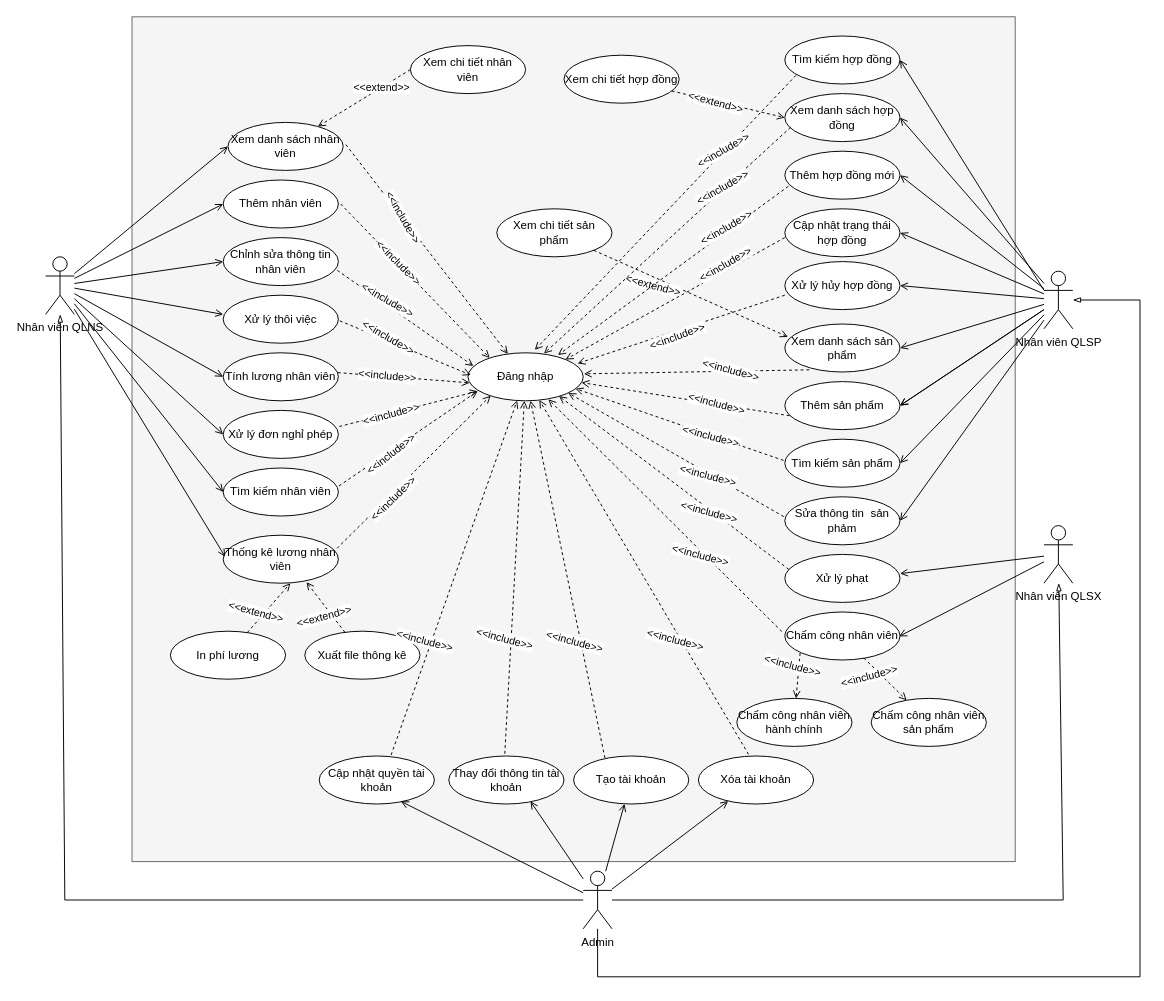
This is UseCase.drawio from TomTom2k/-management-of-a-ceramic-processing-company, a draw.io file, before an edit. Source tidied: cells renumbered, new cells numbered last; positions are measured from the earlier drawing's top-left corner, leaving out a move shared by most shapes. Both pictures are drawn from the tidied source at 96%, with x=0, y=0 at pixel (45, 16).
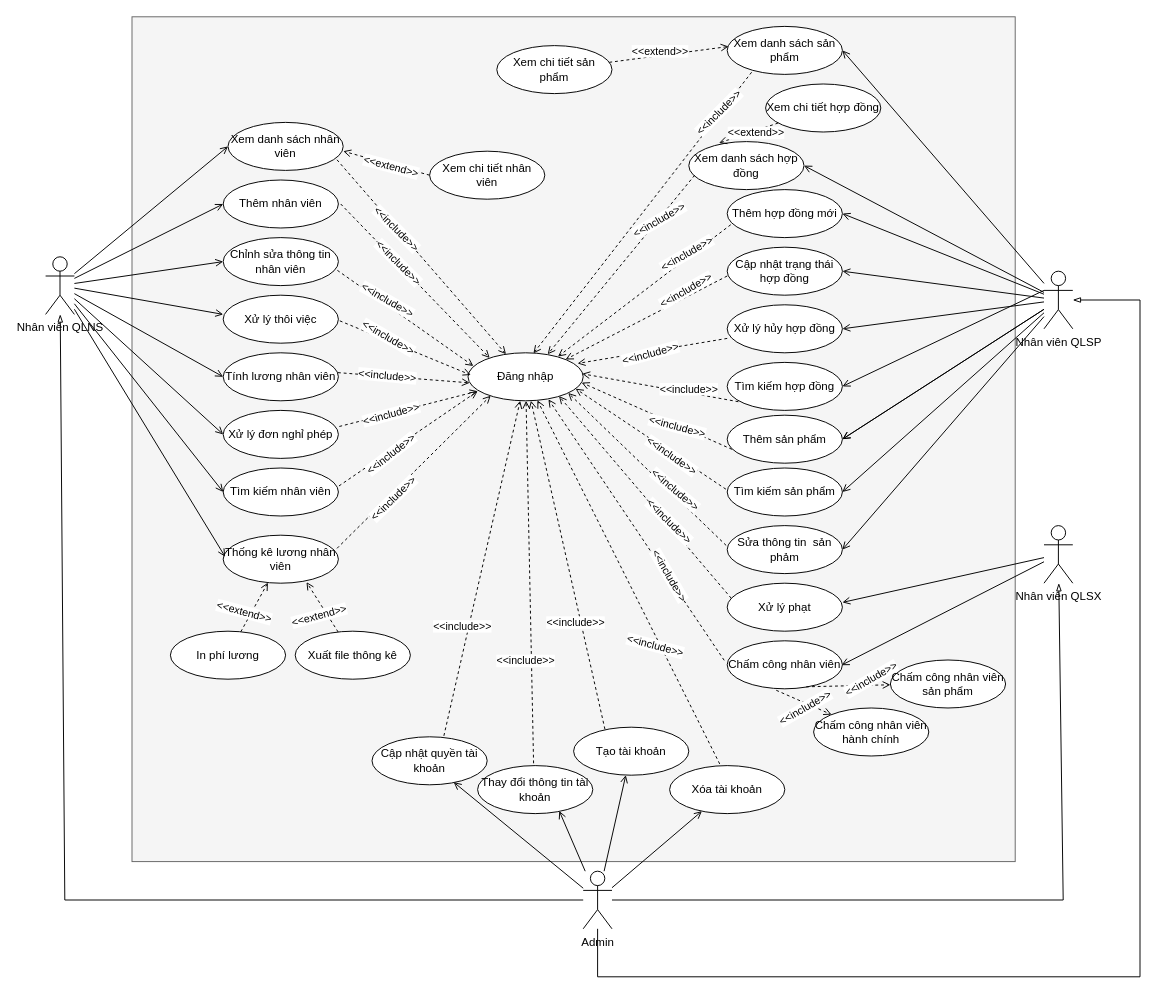
After the change.

Unchanged cells that the change refers to:
```xml
<mxCell id="5" value="Đăng nhập" style="ellipse;whiteSpace=wrap;html=1;" parent="1" vertex="1">
  <mxGeometry x="440" y="350" width="120" height="50" as="geometry" />
</mxCell>
<mxCell id="6" value="Xem danh sách nhân viên" style="ellipse;whiteSpace=wrap;html=1;" parent="1" vertex="1">
  <mxGeometry x="190" y="110" width="120" height="50" as="geometry" />
</mxCell>
<mxCell id="50" style="endArrow=open;html=1;dashed=1;endFill=0;exitX=0.686;exitY=0.958;exitDx=0;exitDy=0;exitPerimeter=0;" parent="1" edge="1" source="47" target="49">
  <mxGeometry relative="1" as="geometry" />
</mxCell>
<mxCell id="55" value="Thống kê lương nhân viên" style="ellipse;whiteSpace=wrap;html=1;" parent="1" vertex="1">
  <mxGeometry x="185" y="540" width="120" height="50" as="geometry" />
</mxCell>
<mxCell id="60" value="In phí lương" style="ellipse;whiteSpace=wrap;html=1;" parent="1" vertex="1">
  <mxGeometry x="130" y="640" width="120" height="50" as="geometry" />
</mxCell>
<mxCell id="79" style="endArrow=open;html=1;dashed=1;endFill=0;exitX=0.624;exitY=-0.02;exitDx=0;exitDy=0;exitPerimeter=0;" parent="1" edge="1" source="77" target="5">
  <mxGeometry relative="1" as="geometry" />
</mxCell>
<mxCell id="81" style="endArrow=open;html=1;dashed=1;endFill=0;exitX=0.486;exitY=-0.048;exitDx=0;exitDy=0;exitPerimeter=0;" parent="1" edge="1" source="75" target="5">
  <mxGeometry relative="1" as="geometry" />
</mxCell>
<mxCell id="83" style="endArrow=open;html=1;dashed=1;endFill=0;exitX=0.272;exitY=0.042;exitDx=0;exitDy=0;exitPerimeter=0;" parent="1" edge="1" source="71" target="5">
  <mxGeometry relative="1" as="geometry" />
</mxCell>
<mxCell id="87" style="endArrow=open;html=1;dashed=1;endFill=0;exitX=-0.026;exitY=0.407;exitDx=0;exitDy=0;exitPerimeter=0;entryX=0.698;entryY=0.969;entryDx=0;entryDy=0;entryPerimeter=0;" parent="1" edge="1" source="47" target="5">
  <mxGeometry relative="1" as="geometry" />
</mxCell>
<mxCell id="89" style="endArrow=open;html=1;dashed=1;endFill=0;exitX=0.035;exitY=0.313;exitDx=0;exitDy=0;exitPerimeter=0;entryX=0.79;entryY=0.902;entryDx=0;entryDy=0;entryPerimeter=0;" parent="1" edge="1" source="63" target="5">
  <mxGeometry relative="1" as="geometry" />
</mxCell>
<mxCell id="91" style="endArrow=open;html=1;dashed=1;endFill=0;entryX=0.87;entryY=0.837;entryDx=0;entryDy=0;entryPerimeter=0;exitX=-0.009;exitY=0.413;exitDx=0;exitDy=0;exitPerimeter=0;" parent="1" edge="1" source="35" target="5">
  <mxGeometry relative="1" as="geometry" />
</mxCell>
<mxCell id="93" style="endArrow=open;html=1;dashed=1;endFill=0;entryX=0.934;entryY=0.748;entryDx=0;entryDy=0;entryPerimeter=0;exitX=-0.011;exitY=0.442;exitDx=0;exitDy=0;exitPerimeter=0;" parent="1" edge="1" source="25" target="5">
  <mxGeometry relative="1" as="geometry" />
</mxCell>
<mxCell id="99" style="endArrow=open;html=1;dashed=1;endFill=0;entryX=0.951;entryY=0.222;entryDx=0;entryDy=0;entryPerimeter=0;exitX=0;exitY=0.7;exitDx=0;exitDy=0;exitPerimeter=0;" parent="1" edge="1" source="30" target="5">
  <mxGeometry relative="1" as="geometry" />
</mxCell>
```

The edit, as a diff of the source:
```diff
@@
-    <mxCell id="8" style="endArrow=open;html=1;exitX=0;exitY=0.5;exitDx=0;exitDy=0;dashed=1;endFill=0;" parent="1" edge="1" source="34" target="6">
+    <mxCell id="8" style="endArrow=open;html=1;exitX=0;exitY=0.5;exitDx=0;exitDy=0;dashed=1;endFill=0;entryX=1;entryY=0.6;entryDx=0;entryDy=0;entryPerimeter=0;" parent="1" edge="1" source="34" target="6">
       <mxGeometry relative="1" as="geometry" />
     </mxCell>
-    <mxCell id="9" value="&amp;lt;&amp;lt;extend&amp;gt;&amp;gt;" style="edgeLabel;html=1;align=center;verticalAlign=middle;" parent="8" vertex="1">
-      <mxGeometry x="-0.36" relative="1" as="geometry" />
+    <mxCell id="9" value="&amp;lt;&amp;lt;extend&amp;gt;&amp;gt;" style="edgeLabel;html=1;align=center;verticalAlign=middle;rotation=15;" parent="8" vertex="1">
+      <mxGeometry x="-0.36" relative="1" as="geometry">
+        <mxPoint x="-11" y="-2" as="offset" />
+      </mxGeometry>
     </mxCell>
@@
     <mxCell id="20" value="Tìm kiếm hợp đồng" style="ellipse;whiteSpace=wrap;html=1;" parent="1" vertex="1">
-      <mxGeometry x="770" y="20" width="120" height="50" as="geometry" />
+      <mxGeometry x="710" y="360" width="120" height="50" as="geometry" />
     </mxCell>
@@
     <mxCell id="25" value="Tìm kiếm sản phẩm" style="ellipse;whiteSpace=wrap;html=1;" parent="1" vertex="1">
-      <mxGeometry x="770" y="440" width="120" height="50" as="geometry" />
+      <mxGeometry x="710" y="470" width="120" height="50" as="geometry" />
     </mxCell>
@@
     <mxCell id="28" value="Cập nhật trạng thái hợp đồng" style="ellipse;whiteSpace=wrap;html=1;" parent="1" vertex="1">
-      <mxGeometry x="770" y="200" width="120" height="50" as="geometry" />
+      <mxGeometry x="710" y="240" width="120" height="50" as="geometry" />
     </mxCell>
@@
     <mxCell id="30" value="Xử lý hủy hợp đồng" style="ellipse;whiteSpace=wrap;html=1;" parent="1" vertex="1">
-      <mxGeometry x="770" y="255" width="120" height="50" as="geometry" />
+      <mxGeometry x="710" y="300" width="120" height="50" as="geometry" />
     </mxCell>
@@
     <mxCell id="32" value="Xem danh sách hợp đồng" style="ellipse;whiteSpace=wrap;html=1;" parent="1" vertex="1">
-      <mxGeometry x="770" y="80" width="120" height="50" as="geometry" />
+      <mxGeometry x="670" y="130" width="120" height="50" as="geometry" />
     </mxCell>
@@
     <mxCell id="34" value="Xem chi tiết nhân viên" style="ellipse;whiteSpace=wrap;html=1;" parent="1" vertex="1">
-      <mxGeometry x="380" y="30" width="120" height="50" as="geometry" />
+      <mxGeometry x="400" y="140" width="120" height="50" as="geometry" />
     </mxCell>
     <mxCell id="35" value="Sửa thông tin&amp;nbsp; sản phảm" style="ellipse;whiteSpace=wrap;html=1;" parent="1" vertex="1">
-      <mxGeometry x="770" y="500" width="120" height="50" as="geometry" />
+      <mxGeometry x="710" y="530" width="120" height="50" as="geometry" />
     </mxCell>
@@
     <mxCell id="38" value="Xem danh sách sản phẩm" style="ellipse;whiteSpace=wrap;html=1;" parent="1" vertex="1">
-      <mxGeometry x="770" y="320" width="120" height="50" as="geometry" />
+      <mxGeometry x="710" y="10" width="120" height="50" as="geometry" />
     </mxCell>
@@
     <mxCell id="41" value="Xem chi tiết sản phẩm" style="ellipse;whiteSpace=wrap;html=1;" parent="1" vertex="1">
-      <mxGeometry x="470" y="200" width="120" height="50" as="geometry" />
+      <mxGeometry x="470" y="30" width="120" height="50" as="geometry" />
     </mxCell>
-    <mxCell id="42" style="endArrow=open;html=1;dashed=1;endFill=0;entryX=0.027;entryY=0.268;entryDx=0;entryDy=0;entryPerimeter=0;" parent="1" edge="1" source="41" target="38">
+    <mxCell id="42" style="endArrow=open;html=1;dashed=1;endFill=0;entryX=0.012;entryY=0.419;entryDx=0;entryDy=0;entryPerimeter=0;" parent="1" edge="1" source="41" target="38">
       <mxGeometry relative="1" as="geometry" />
     </mxCell>
-    <mxCell id="43" value="&amp;lt;&amp;lt;extend&amp;gt;&amp;gt;" style="edgeLabel;html=1;align=center;verticalAlign=middle;rotation=15;" parent="42" vertex="1">
+    <mxCell id="43" value="&amp;lt;&amp;lt;extend&amp;gt;&amp;gt;" style="edgeLabel;html=1;align=center;verticalAlign=middle;rotation=0;" parent="42" vertex="1">
       <mxGeometry x="-0.36" relative="1" as="geometry">
-        <mxPoint x="-3" y="7" as="offset" />
+        <mxPoint x="13" y="-7" as="offset" />
       </mxGeometry>
     </mxCell>
     <mxCell id="44" value="Xem chi tiết hợp đồng" style="ellipse;whiteSpace=wrap;html=1;" parent="1" vertex="1">
-      <mxGeometry x="540" y="40" width="120" height="50" as="geometry" />
+      <mxGeometry x="750" y="70" width="120" height="50" as="geometry" />
     </mxCell>
-    <mxCell id="45" style="endArrow=open;html=1;dashed=1;endFill=0;entryX=0;entryY=0.5;entryDx=0;entryDy=0;" parent="1" edge="1" source="44" target="32">
+    <mxCell id="45" style="endArrow=open;html=1;dashed=1;endFill=0;entryX=0.262;entryY=0.029;entryDx=0;entryDy=0;entryPerimeter=0;" parent="1" edge="1" source="44" target="32">
       <mxGeometry relative="1" as="geometry" />
     </mxCell>
-    <mxCell id="46" value="&amp;lt;&amp;lt;extend&amp;gt;&amp;gt;" style="edgeLabel;html=1;align=center;verticalAlign=middle;rotation=15;" parent="45" vertex="1">
+    <mxCell id="46" value="&amp;lt;&amp;lt;extend&amp;gt;&amp;gt;" style="edgeLabel;html=1;align=center;verticalAlign=middle;rotation=0;" parent="45" vertex="1">
       <mxGeometry x="-0.36" relative="1" as="geometry">
-        <mxPoint x="7" y="2" as="offset" />
+        <mxPoint x="-4" y="3" as="offset" />
       </mxGeometry>
     </mxCell>
     <mxCell id="47" value="Chấm công nhân viên" style="ellipse;whiteSpace=wrap;html=1;" parent="1" vertex="1">
-      <mxGeometry x="770" y="620" width="120" height="50" as="geometry" />
+      <mxGeometry x="710" y="650" width="120" height="50" as="geometry" />
     </mxCell>
     <mxCell id="48" value="Chấm công nhân viên hành chính" style="ellipse;whiteSpace=wrap;html=1;" parent="1" vertex="1">
-      <mxGeometry x="720" y="710" width="120" height="50" as="geometry" />
+      <mxGeometry x="800" y="720" width="120" height="50" as="geometry" />
     </mxCell>
     <mxCell id="49" value="Chấm công nhân viên sản phẩm" style="ellipse;whiteSpace=wrap;html=1;" parent="1" vertex="1">
-      <mxGeometry x="860" y="710" width="120" height="50" as="geometry" />
+      <mxGeometry x="880" y="670" width="120" height="50" as="geometry" />
     </mxCell>
@@
-    <mxCell id="51" value="&amp;lt;&amp;lt;include&amp;gt;&amp;gt;" style="edgeLabel;html=1;align=center;verticalAlign=middle;rotation=-15;" parent="50" vertex="1">
+    <mxCell id="51" value="&amp;lt;&amp;lt;include&amp;gt;&amp;gt;" style="edgeLabel;html=1;align=center;verticalAlign=middle;rotation=-30;" parent="50" vertex="1">
       <mxGeometry x="-0.36" relative="1" as="geometry">
-        <mxPoint x="-9" y="5" as="offset" />
+        <mxPoint x="39" y="-7" as="offset" />
       </mxGeometry>
     </mxCell>
-    <mxCell id="52" style="endArrow=open;html=1;dashed=1;endFill=0;exitX=0.133;exitY=0.855;exitDx=0;exitDy=0;exitPerimeter=0;" parent="1" edge="1" source="47" target="48">
+    <mxCell id="52" style="endArrow=open;html=1;dashed=1;endFill=0;exitX=0.426;exitY=1.031;exitDx=0;exitDy=0;exitPerimeter=0;" parent="1" edge="1" source="47" target="48">
       <mxGeometry relative="1" as="geometry" />
     </mxCell>
-    <mxCell id="53" value="&amp;lt;&amp;lt;include&amp;gt;&amp;gt;" style="edgeLabel;html=1;align=center;verticalAlign=middle;rotation=15;" parent="52" vertex="1">
+    <mxCell id="53" value="&amp;lt;&amp;lt;include&amp;gt;&amp;gt;" style="edgeLabel;html=1;align=center;verticalAlign=middle;rotation=-30;" parent="52" vertex="1">
       <mxGeometry x="-0.36" relative="1" as="geometry">
-        <mxPoint x="-7" y="-2" as="offset" />
+        <mxPoint x="11" y="10" as="offset" />
       </mxGeometry>
     </mxCell>
     <mxCell id="54" value="Thêm hợp đồng mới" style="ellipse;whiteSpace=wrap;html=1;" parent="1" vertex="1">
-      <mxGeometry x="770" y="140" width="120" height="50" as="geometry" />
+      <mxGeometry x="710" y="180" width="120" height="50" as="geometry" />
     </mxCell>
@@
     <mxCell id="57" value="Xuất file thông kê" style="ellipse;whiteSpace=wrap;html=1;" parent="1" vertex="1">
-      <mxGeometry x="270" y="640" width="120" height="50" as="geometry" />
+      <mxGeometry x="260" y="640" width="120" height="50" as="geometry" />
     </mxCell>
@@
-    <mxCell id="61" style="endArrow=open;html=1;dashed=1;endFill=0;entryX=0.583;entryY=1;entryDx=0;entryDy=0;entryPerimeter=0;" parent="1" edge="1" source="60" target="55">
+    <mxCell id="61" style="endArrow=open;html=1;dashed=1;endFill=0;" parent="1" edge="1" source="60" target="55">
       <mxGeometry relative="1" as="geometry" />
     </mxCell>
@@
     <mxCell id="63" value="Xử lý phạt" style="ellipse;whiteSpace=wrap;html=1;" parent="1" vertex="1">
-      <mxGeometry x="770" y="560" width="120" height="50" as="geometry" />
+      <mxGeometry x="710" y="590" width="120" height="50" as="geometry" />
     </mxCell>
@@
     <mxCell id="67" value="Thêm sản phẩm" style="ellipse;whiteSpace=wrap;html=1;" parent="1" vertex="1">
-      <mxGeometry x="770" y="380" width="120" height="50" as="geometry" />
+      <mxGeometry x="710" y="415" width="120" height="50" as="geometry" />
     </mxCell>
@@
     <mxCell id="71" value="Tạo tài khoản" style="ellipse;whiteSpace=wrap;html=1;" parent="1" vertex="1">
-      <mxGeometry x="550" y="770" width="120" height="50" as="geometry" />
+      <mxGeometry x="550" y="740" width="120" height="50" as="geometry" />
     </mxCell>
@@
     <mxCell id="73" value="Xóa tài khoản" style="ellipse;whiteSpace=wrap;html=1;" parent="1" vertex="1">
-      <mxGeometry x="680" y="770" width="120" height="50" as="geometry" />
+      <mxGeometry x="650" y="780" width="120" height="50" as="geometry" />
     </mxCell>
@@
     <mxCell id="75" value="Thay đổi thông tin tài khoản" style="ellipse;whiteSpace=wrap;html=1;" parent="1" vertex="1">
-      <mxGeometry x="420" y="770" width="120" height="50" as="geometry" />
+      <mxGeometry x="450" y="780" width="120" height="50" as="geometry" />
     </mxCell>
@@
     <mxCell id="77" value="Cập nhật quyền tài khoản" style="ellipse;whiteSpace=wrap;html=1;" parent="1" vertex="1">
-      <mxGeometry x="285" y="770" width="120" height="50" as="geometry" />
+      <mxGeometry x="340" y="750" width="120" height="50" as="geometry" />
     </mxCell>
@@
-    <mxCell id="80" value="&amp;lt;&amp;lt;include&amp;gt;&amp;gt;" style="edgeLabel;html=1;align=center;verticalAlign=middle;rotation=15;" parent="79" vertex="1">
+    <mxCell id="80" value="&amp;lt;&amp;lt;include&amp;gt;&amp;gt;" style="edgeLabel;html=1;align=center;verticalAlign=middle;rotation=0;" parent="79" vertex="1">
       <mxGeometry x="-0.36" relative="1" as="geometry">
         <mxPoint x="-7" y="-2" as="offset" />
       </mxGeometry>
     </mxCell>
@@
-    <mxCell id="82" value="&amp;lt;&amp;lt;include&amp;gt;&amp;gt;" style="edgeLabel;html=1;align=center;verticalAlign=middle;rotation=15;" parent="81" vertex="1">
+    <mxCell id="82" value="&amp;lt;&amp;lt;include&amp;gt;&amp;gt;" style="edgeLabel;html=1;align=center;verticalAlign=middle;rotation=0;" parent="81" vertex="1">
       <mxGeometry x="-0.36" relative="1" as="geometry">
-        <mxPoint x="-7" y="-2" as="offset" />
+        <mxPoint x="-6" y="14" as="offset" />
       </mxGeometry>
     </mxCell>
@@
-    <mxCell id="84" value="&amp;lt;&amp;lt;include&amp;gt;&amp;gt;" style="edgeLabel;html=1;align=center;verticalAlign=middle;rotation=15;" parent="83" vertex="1">
+    <mxCell id="84" value="&amp;lt;&amp;lt;include&amp;gt;&amp;gt;" style="edgeLabel;html=1;align=center;verticalAlign=middle;rotation=0;" parent="83" vertex="1">
       <mxGeometry x="-0.36" relative="1" as="geometry">
         <mxPoint x="-7" y="-2" as="offset" />
       </mxGeometry>
     </mxCell>
@@
-    <mxCell id="88" value="&amp;lt;&amp;lt;include&amp;gt;&amp;gt;" style="edgeLabel;html=1;align=center;verticalAlign=middle;rotation=15;" parent="87" vertex="1">
+    <mxCell id="88" value="&amp;lt;&amp;lt;include&amp;gt;&amp;gt;" style="edgeLabel;html=1;align=center;verticalAlign=middle;rotation=60;" parent="87" vertex="1">
       <mxGeometry x="-0.36" relative="1" as="geometry">
-        <mxPoint x="-7" y="-2" as="offset" />
+        <mxPoint x="2" y="-2" as="offset" />
       </mxGeometry>
     </mxCell>
@@
-    <mxCell id="90" value="&amp;lt;&amp;lt;include&amp;gt;&amp;gt;" style="edgeLabel;html=1;align=center;verticalAlign=middle;rotation=15;" parent="89" vertex="1">
+    <mxCell id="90" value="&amp;lt;&amp;lt;include&amp;gt;&amp;gt;" style="edgeLabel;html=1;align=center;verticalAlign=middle;rotation=45;" parent="89" vertex="1">
       <mxGeometry x="-0.36" relative="1" as="geometry">
-        <mxPoint x="-7" y="-2" as="offset" />
+        <mxPoint x="-6" y="-13" as="offset" />
       </mxGeometry>
     </mxCell>
@@
-    <mxCell id="92" value="&amp;lt;&amp;lt;include&amp;gt;&amp;gt;" style="edgeLabel;html=1;align=center;verticalAlign=middle;rotation=15;" parent="91" vertex="1">
+    <mxCell id="92" value="&amp;lt;&amp;lt;include&amp;gt;&amp;gt;" style="edgeLabel;html=1;align=center;verticalAlign=middle;rotation=40;" parent="91" vertex="1">
       <mxGeometry x="-0.36" relative="1" as="geometry">
-        <mxPoint x="-7" y="-2" as="offset" />
+        <mxPoint y="-8" as="offset" />
       </mxGeometry>
     </mxCell>
@@
-    <mxCell id="94" value="&amp;lt;&amp;lt;include&amp;gt;&amp;gt;" style="edgeLabel;html=1;align=center;verticalAlign=middle;rotation=15;" parent="93" vertex="1">
+    <mxCell id="94" value="&amp;lt;&amp;lt;include&amp;gt;&amp;gt;" style="edgeLabel;html=1;align=center;verticalAlign=middle;rotation=35;" parent="93" vertex="1">
       <mxGeometry x="-0.36" relative="1" as="geometry">
         <mxPoint x="-7" y="-2" as="offset" />
       </mxGeometry>
     </mxCell>
@@
-    <mxCell id="97" style="endArrow=open;html=1;dashed=1;endFill=0;entryX=1.006;entryY=0.438;entryDx=0;entryDy=0;entryPerimeter=0;exitX=0.212;exitY=0.955;exitDx=0;exitDy=0;exitPerimeter=0;" parent="1" edge="1" source="38" target="5">
+    <mxCell id="97" style="endArrow=open;html=1;dashed=1;endFill=0;entryX=0.568;entryY=0.011;entryDx=0;entryDy=0;entryPerimeter=0;exitX=0.212;exitY=0.955;exitDx=0;exitDy=0;exitPerimeter=0;" parent="1" edge="1" source="38" target="5">
       <mxGeometry relative="1" as="geometry" />
     </mxCell>
-    <mxCell id="98" value="&amp;lt;&amp;lt;include&amp;gt;&amp;gt;" style="edgeLabel;html=1;align=center;verticalAlign=middle;rotation=15;" parent="97" vertex="1">
+    <mxCell id="98" value="&amp;lt;&amp;lt;include&amp;gt;&amp;gt;" style="edgeLabel;html=1;align=center;verticalAlign=middle;rotation=-45;" parent="97" vertex="1">
       <mxGeometry x="-0.36" relative="1" as="geometry">
-        <mxPoint x="-7" y="-2" as="offset" />
+        <mxPoint x="38" y="-52" as="offset" />
       </mxGeometry>
     </mxCell>
@@
-    <mxCell id="100" value="&amp;lt;&amp;lt;include&amp;gt;&amp;gt;" style="edgeLabel;html=1;align=center;verticalAlign=middle;rotation=-20;" parent="99" vertex="1">
+    <mxCell id="100" value="&amp;lt;&amp;lt;include&amp;gt;&amp;gt;" style="edgeLabel;html=1;align=center;verticalAlign=middle;rotation=-15;" parent="99" vertex="1">
       <mxGeometry x="-0.36" relative="1" as="geometry">
-        <mxPoint x="-43" y="20" as="offset" />
+        <mxPoint x="-30" y="7" as="offset" />
       </mxGeometry>
     </mxCell>
@@
-    <mxCell id="103" style="endArrow=open;html=1;dashed=1;endFill=0;entryX=0.781;entryY=0.047;entryDx=0;entryDy=0;entryPerimeter=0;exitX=0.031;exitY=0.731;exitDx=0;exitDy=0;exitPerimeter=0;" parent="1" edge="1" source="54" target="5">
+    <mxCell id="103" style="endArrow=open;html=1;dashed=1;endFill=0;entryX=0.781;entryY=0.078;entryDx=0;entryDy=0;entryPerimeter=0;exitX=0.031;exitY=0.731;exitDx=0;exitDy=0;exitPerimeter=0;" parent="1" edge="1" source="54" target="5">
       <mxGeometry relative="1" as="geometry" />
     </mxCell>
@@
-    <mxCell id="105" style="endArrow=open;html=1;dashed=1;endFill=0;entryX=0.66;entryY=0.014;entryDx=0;entryDy=0;entryPerimeter=0;exitX=0.051;exitY=0.701;exitDx=0;exitDy=0;exitPerimeter=0;" parent="1" edge="1" source="32" target="5">
+    <mxCell id="105" style="endArrow=open;html=1;dashed=1;endFill=0;entryX=0.692;entryY=0.031;entryDx=0;entryDy=0;entryPerimeter=0;exitX=0.051;exitY=0.701;exitDx=0;exitDy=0;exitPerimeter=0;" parent="1" edge="1" source="32" target="5">
       <mxGeometry relative="1" as="geometry" />
     </mxCell>
@@
-    <mxCell id="107" style="endArrow=open;html=1;dashed=1;endFill=0;entryX=0.58;entryY=-0.06;entryDx=0;entryDy=0;entryPerimeter=0;exitX=0.097;exitY=0.819;exitDx=0;exitDy=0;exitPerimeter=0;" parent="1" edge="1" source="20" target="5">
+    <mxCell id="107" style="endArrow=open;html=1;dashed=1;endFill=0;entryX=0.991;entryY=0.437;entryDx=0;entryDy=0;entryPerimeter=0;exitX=0.097;exitY=0.819;exitDx=0;exitDy=0;exitPerimeter=0;" parent="1" edge="1" source="20" target="5">
       <mxGeometry relative="1" as="geometry" />
     </mxCell>
-    <mxCell id="108" value="&amp;lt;&amp;lt;include&amp;gt;&amp;gt;" style="edgeLabel;html=1;align=center;verticalAlign=middle;rotation=-30;" parent="107" vertex="1">
+    <mxCell id="108" value="&amp;lt;&amp;lt;include&amp;gt;&amp;gt;" style="edgeLabel;html=1;align=center;verticalAlign=middle;rotation=0;" parent="107" vertex="1">
       <mxGeometry x="-0.36" relative="1" as="geometry">
-        <mxPoint x="11" y="-13" as="offset" />
+        <mxPoint y="-4" as="offset" />
       </mxGeometry>
     </mxCell>
-    <mxCell id="109" style="endArrow=open;html=1;dashed=1;endFill=0;exitX=1.023;exitY=0.462;exitDx=0;exitDy=0;exitPerimeter=0;" parent="1" edge="1" source="6" target="5">
+    <mxCell id="109" style="endArrow=open;html=1;dashed=1;endFill=0;exitX=0.946;exitY=0.779;exitDx=0;exitDy=0;exitPerimeter=0;" parent="1" edge="1" source="6" target="5">
       <mxGeometry relative="1" as="geometry" />
     </mxCell>
-    <mxCell id="110" value="&amp;lt;&amp;lt;include&amp;gt;&amp;gt;" style="edgeLabel;html=1;align=center;verticalAlign=middle;rotation=60;" parent="109" vertex="1">
+    <mxCell id="110" value="&amp;lt;&amp;lt;include&amp;gt;&amp;gt;" style="edgeLabel;html=1;align=center;verticalAlign=middle;rotation=45;" parent="109" vertex="1">
       <mxGeometry x="-0.36" relative="1" as="geometry">
         <mxPoint x="6" y="6" as="offset" />
       </mxGeometry>
     </mxCell>
```
